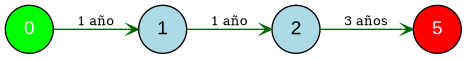
emily2304/Proyecto3-IO keeps this Graphviz diagram as Proyecto3/ReportsEquipment/REporteRe1_plan_1.png. Above is the earlier version. Its source is kept beside it as Proyecto3/ReportsEquipment/REporteRe1_plan_1.dot.
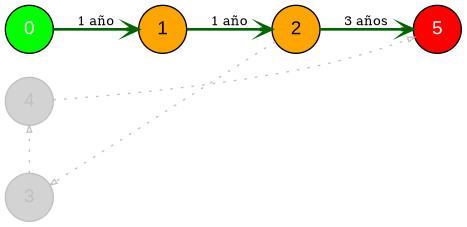
After the change.

The edit, as a diff of the source:
```diff
@@ -4,11 +4,16 @@
     edge [color=darkgreen, arrowhead=vee, arrowsize=0.8];
 
     "0" [fillcolor=green, fontcolor=white];
-    "1";
-    "2";
+    "1" [fillcolor=orange];
+    "2" [fillcolor=orange];
+    "3" [fillcolor=lightgray, color=gray, fontcolor=gray];
+    "4" [fillcolor=lightgray, color=gray, fontcolor=gray];
     "5" [fillcolor=red, fontcolor=white];
 
-    "0" -> "1" [label="1 año", fontsize=10];
-    "1" -> "2" [label="1 año", fontsize=10];
-    "2" -> "5" [label="3 años", fontsize=10];
+    "0" -> "1" [label="1 año", fontsize=10, color=darkgreen, penwidth=2.0];
+    "1" -> "2" [label="1 año", fontsize=10, color=darkgreen, penwidth=2.0];
+    "2" -> "5" [label="3 años", fontsize=10, color=darkgreen, penwidth=2.0];
+    "2" -> "3" [style=dotted, color=gray, arrowhead=empty, arrowsize=0.5, constraint=false];
+    "3" -> "4" [style=dotted, color=gray, arrowhead=empty, arrowsize=0.5, constraint=false];
+    "4" -> "5" [style=dotted, color=gray, arrowhead=empty, arrowsize=0.5, constraint=false];
 }
```
